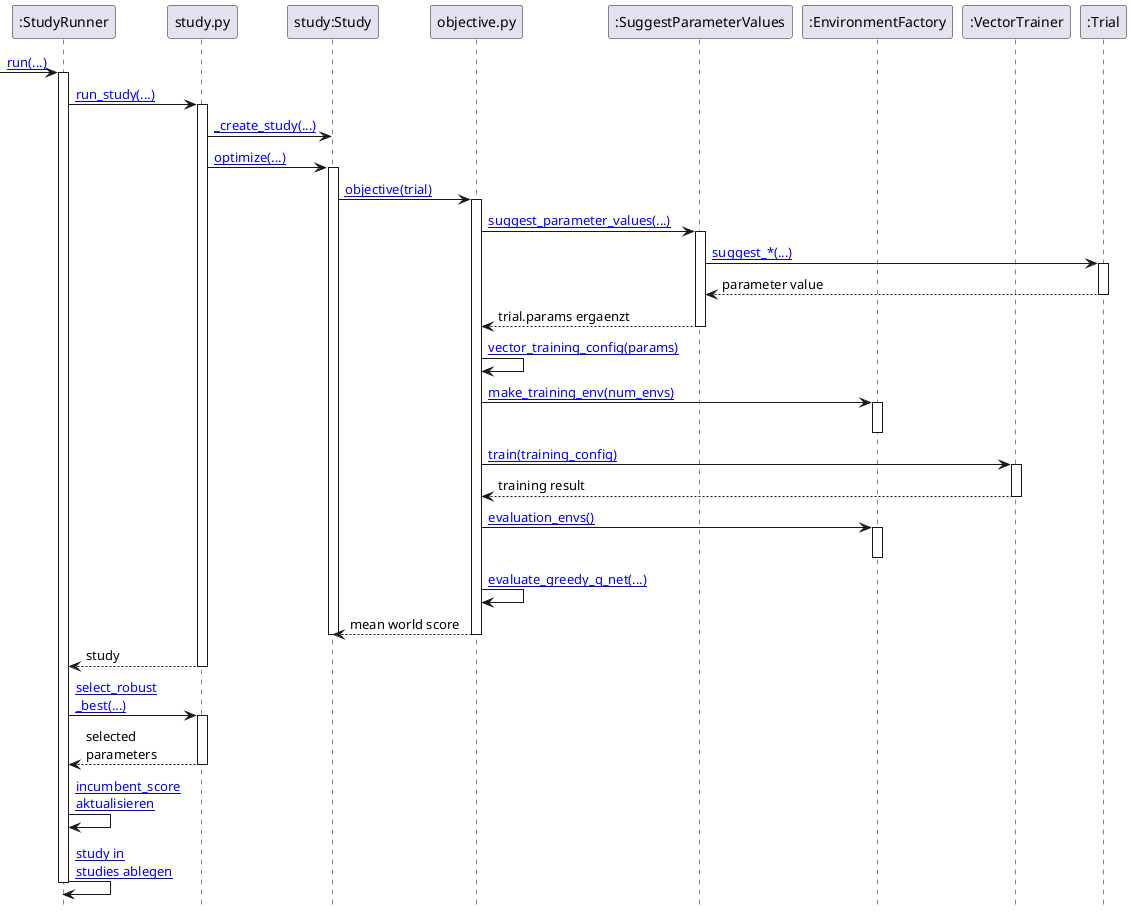
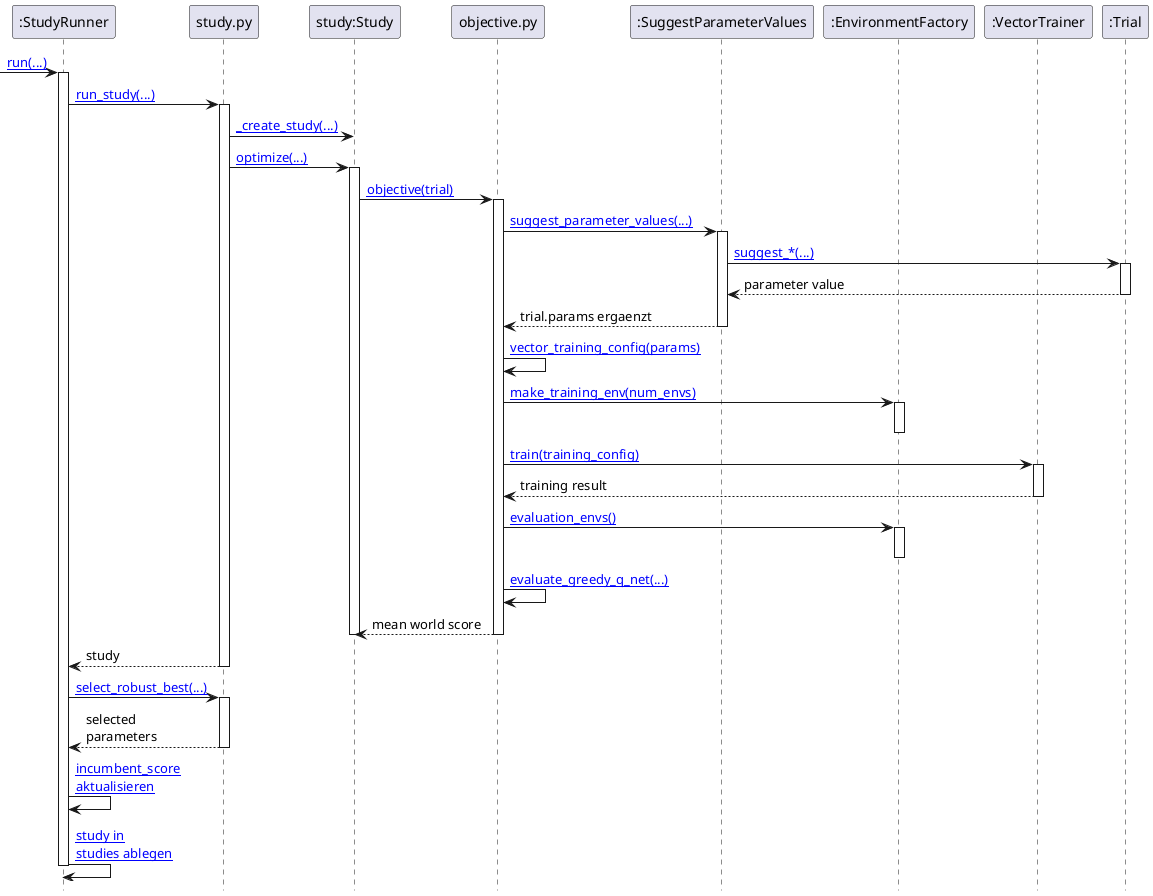
@startuml

hide footbox

participant ":StudyRunner" as runner
participant "study.py" as study_module
participant "study:Study" as study
participant "objective.py" as objective
participant ":SuggestParameterValues" as suggest_parameter_values
participant ":EnvironmentFactory" as environment_factory
participant ":VectorTrainer" as trainer
participant ":Trial" as trial

url of runner is [[vscode://file/C:/Users/mwehle/Documents/_P/KI/rl_lab/hpo/src/hpo/study.py:52:1]]
url of study_module is [[vscode://file/C:/Users/mwehle/Documents/_P/KI/rl_lab/hpo/src/hpo/study.py:1:1]]
url of study is [[vscode://file/C:/Users/mwehle/Documents/_P/KI/rl_lab/hpo/src/hpo/study.py:279:1]]
url of objective is [[vscode://file/C:/Users/mwehle/Documents/_P/KI/rl_lab/hpo/src/hpo/objective.py:134:1]]
url of suggest_parameter_values is [[vscode://file/C:/Users/mwehle/Documents/_P/KI/rl_lab/hpo/src/hpo/objective.py:19:1]]
url of environment_factory is [[vscode://file/C:/Users/mwehle/Documents/_P/KI/rl_lab/hpo/src/hpo/objective.py:23:1]]
url of trainer is [[vscode://file/C:/Users/mwehle/Documents/_P/KI/rl_lab/dqn/src/dqn/vector_training.py:115:1]]
url of trial is [[vscode://file/C:/Users/mwehle/Documents/_P/KI/rl_lab/hpo/src/hpo/objective.py:142:1]]

[-> runner : [[vscode://file/C:/Users/mwehle/Documents/_P/KI/rl_lab/hpo/src/hpo/study.py:71:1 run(...)]]
activate runner

runner -> study_module : [[vscode://file/C:/Users/mwehle/Documents/_P/KI/rl_lab/hpo/src/hpo/study.py:127:1 run_study(...)]]
activate study_module

study_module -> study : [[vscode://file/C:/Users/mwehle/Documents/_P/KI/rl_lab/hpo/src/hpo/study.py:279:1 _create_study(...)]]

study_module -> study : [[vscode://file/C:/Users/mwehle/Documents/_P/KI/rl_lab/hpo/src/hpo/study.py:173:1 optimize(...)]]
activate study

study -> objective : [[vscode://file/C:/Users/mwehle/Documents/_P/KI/rl_lab/hpo/src/hpo/objective.py:142:1 objective(trial)]]
activate objective

objective -> suggest_parameter_values : [[vscode://file/C:/Users/mwehle/Documents/_P/KI/rl_lab/hpo/src/hpo/objective.py:143:1 suggest_parameter_values(...)]]
activate suggest_parameter_values
suggest_parameter_values -> trial : [[https://optuna.readthedocs.io/en/stable/tutorial/10_key_features/002_configurations.html suggest_*(...)]]
activate trial
trial --> suggest_parameter_values : parameter value
deactivate trial
suggest_parameter_values --> objective : trial.params ergaenzt
deactivate suggest_parameter_values

objective -> objective : [[vscode://file/C:/Users/mwehle/Documents/_P/KI/rl_lab/hpo/src/hpo/objective.py:205:1 vector_training_config(params)]]

objective -> environment_factory : [[vscode://file/C:/Users/mwehle/Documents/_P/KI/rl_lab/hpo/src/hpo/objective.py:23:1 make_training_env(num_envs)]]
activate environment_factory
deactivate environment_factory

objective -> trainer : [[vscode://file/C:/Users/mwehle/Documents/_P/KI/rl_lab/dqn/src/dqn/vector_training.py:166:1 train(training_config)]]
activate trainer
trainer --> objective : training result
deactivate trainer

objective -> environment_factory : [[vscode://file/C:/Users/mwehle/Documents/_P/KI/rl_lab/hpo/src/hpo/objective.py:26:1 evaluation_envs()]]
activate environment_factory
deactivate environment_factory

objective -> objective : [[vscode://file/C:/Users/mwehle/Documents/_P/KI/rl_lab/hpo/src/hpo/objective.py:221:1 evaluate_greedy_q_net(...)]]

objective --> study : mean world score
deactivate objective
deactivate study

study_module --> runner : study
deactivate study_module

- runner -> study_module : [[vscode://file/C:/Users/mwehle/Documents/_P/KI/rl_lab/hpo/src/hpo/study.py:182:1 select_robust\n_best(...)]]
+ runner -> study_module : [[vscode://file/C:/Users/mwehle/Documents/_P/KI/rl_lab/hpo/src/hpo/study.py:182:1 select_robust_best(...)]]
activate study_module
study_module --> runner : selected\nparameters
deactivate study_module

runner -> runner : [[vscode://file/C:/Users/mwehle/Documents/_P/KI/rl_lab/hpo/src/hpo/study.py:114:1 incumbent_score\naktualisieren]]
runner -> runner : [[vscode://file/C:/Users/mwehle/Documents/_P/KI/rl_lab/hpo/src/hpo/study.py:123:1 study in\nstudies ablegen]]
deactivate runner

@enduml
